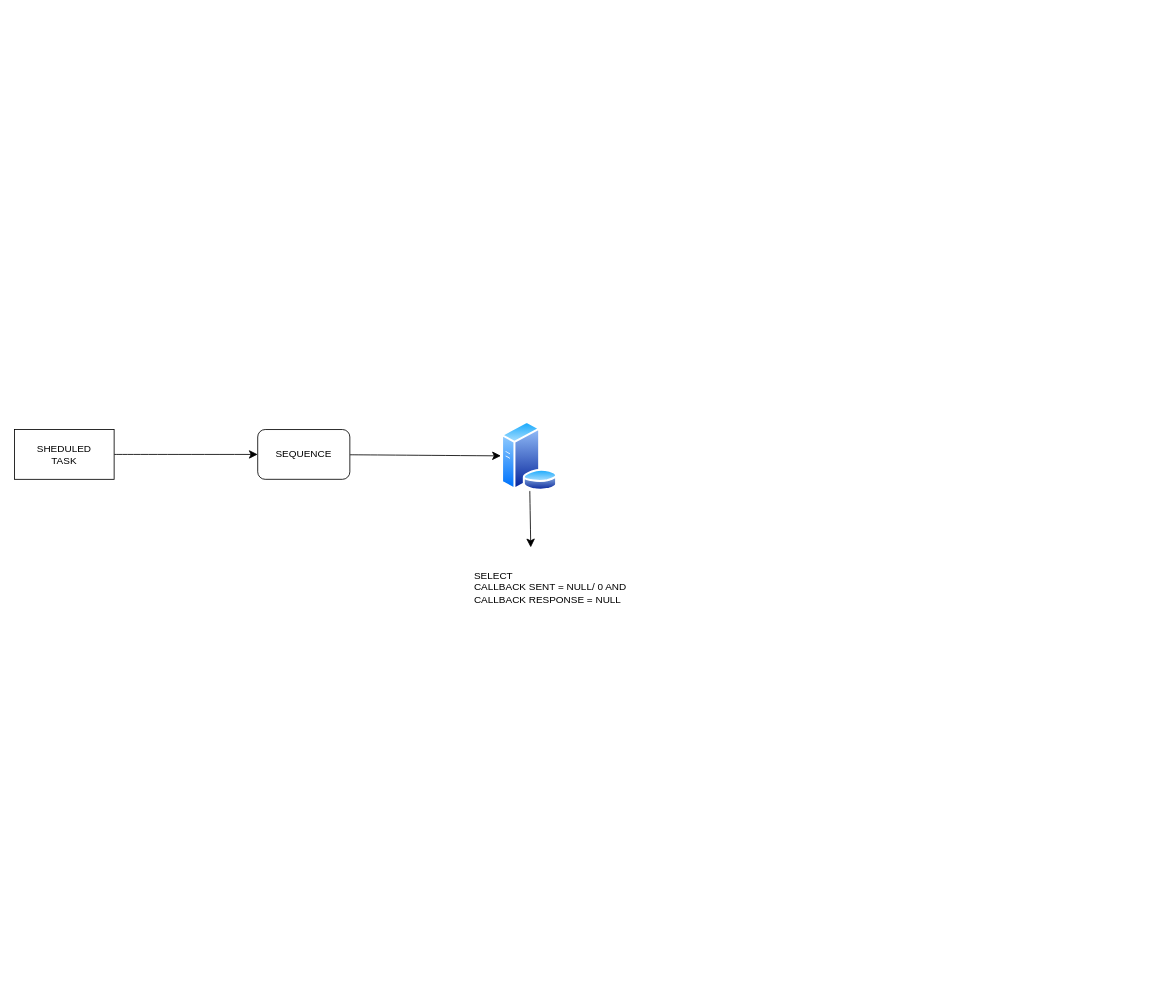
evankahenya/portfolio keeps this draw.io diagram as page "Page-5" (3 of 3) of Untitled Diagram.drawio. Above is the earlier version. Source tidied: cells renumbered, new cells numbered last; positions are measured from the earlier drawing's top-left corner, leaving out a move shared by most shapes. Both pictures are drawn from the tidied source at 83%, with x=0, y=0 at pixel (14, 421).
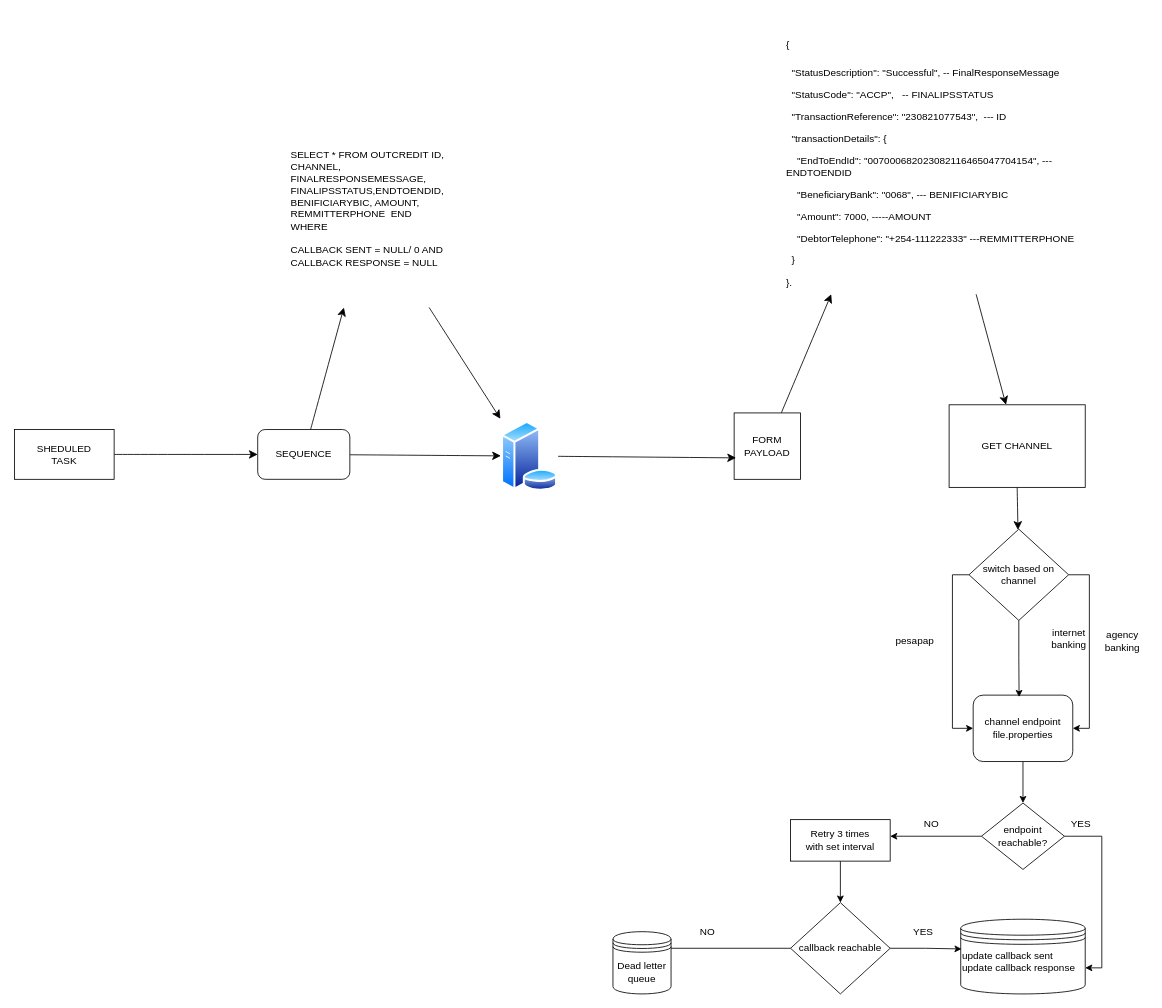
After the change.

Unchanged cells that the change refers to:
```xml
<mxCell id="5" value="SEQUENCE" style="rounded=1;whiteSpace=wrap;html=1;" parent="1" vertex="1">
  <mxGeometry x="293" y="10" width="111" height="60" as="geometry" />
</mxCell>
<mxCell id="6" style="image;perimeter=ellipsePerimeter;html=1;align=center;shadow=0;dashed=0;spacingTop=3;image=img/lib/active_directory/database_server.svg;" parent="1" vertex="1">
  <mxGeometry x="586" width="68.9" height="84" as="geometry" />
</mxCell>
```

What changed in the source:
```diff
@@
+    <mxCell id="9" style="edgeStyle=none;curved=1;rounded=0;jettySize=auto;html=1;fontSize=12;startSize=8;endSize=8;" parent="1" edge="1" source="5" target="7">
+      <mxGeometry relative="1" as="geometry" />
+    </mxCell>
@@
-    <mxCell id="7" value="&lt;div&gt;SELECT&lt;/div&gt;&lt;div&gt;CALLBACK SENT = NULL/ 0 AND CALLBACK RESPONSE = NULL&lt;/div&gt;" style="text;strokeColor=none;fillColor=none;align=left;verticalAlign=middle;spacingLeft=4;spacingRight=4;overflow=hidden;points=[[0,0.5],[1,0.5]];portConstraint=eastwest;whiteSpace=wrap;html=1;" parent="1" vertex="1">
-      <mxGeometry x="548" y="152" width="201" height="96" as="geometry" />
+    <mxCell id="7" value="&lt;div&gt;SELECT * FROM OUTCREDIT ID, CHANNEL, FINALRESPONSEMESSAGE, FINALIPSSTATUS,ENDTOENDID, BENIFICIARYBIC, AMOUNT, REMMITTERPHONE&amp;nbsp; END WHERE&lt;/div&gt;&lt;div&gt;&lt;br&gt;&lt;/div&gt;&lt;div&gt;CALLBACK SENT = NULL/ 0 AND CALLBACK RESPONSE = NULL&lt;/div&gt;&lt;div&gt;&lt;br&gt;&lt;/div&gt;" style="text;strokeColor=none;fillColor=none;align=left;verticalAlign=middle;spacingLeft=4;spacingRight=4;overflow=hidden;points=[[0,0.5],[1,0.5]];portConstraint=eastwest;whiteSpace=wrap;html=1;" parent="1" vertex="1">
+      <mxGeometry x="327" y="-362" width="201" height="225" as="geometry" />
     </mxCell>
-    <mxCell id="8" style="edgeStyle=none;curved=1;rounded=0;jettySize=auto;html=1;entryX=0.368;entryY=0;entryDx=0;entryDy=0;entryPerimeter=0;fontSize=12;startSize=8;endSize=8;" parent="1" edge="1" source="6" target="7">
-      <mxGeometry relative="1" as="geometry" />
-    </mxCell>
+    <mxCell id="10" value="FORM PAYLOAD" style="whiteSpace=wrap;html=1;" parent="1" vertex="1">
+      <mxGeometry x="867" y="-10" width="80" height="80" as="geometry" />
+    </mxCell>
+    <mxCell id="11" style="edgeStyle=none;curved=1;rounded=0;jettySize=auto;html=1;entryX=0.029;entryY=0.677;entryDx=0;entryDy=0;entryPerimeter=0;fontSize=12;startSize=8;endSize=8;" parent="1" edge="1" source="6" target="10">
+      <mxGeometry relative="1" as="geometry" />
+    </mxCell>
+    <mxCell id="12" style="edgeStyle=none;curved=1;rounded=0;jettySize=auto;html=1;fontSize=12;startSize=8;endSize=8;" parent="1" edge="1" source="13" target="15">
+      <mxGeometry relative="1" as="geometry" />
+    </mxCell>
+    <mxCell id="13" value="&lt;h1 style=&quot;margin-top: 0px;&quot;&gt;&lt;br&gt;&lt;/h1&gt;" style="text;html=1;whiteSpace=wrap;overflow=hidden;rounded=0;" parent="1" vertex="1">
+      <mxGeometry x="984" y="-490" width="258" height="337" as="geometry" />
+    </mxCell>
+    <mxCell id="14" style="edgeStyle=none;curved=1;rounded=0;jettySize=auto;html=1;exitX=0.5;exitY=1;exitDx=0;exitDy=0;fontSize=12;startSize=8;endSize=8;" parent="1" edge="1" source="15" target="20">
+      <mxGeometry relative="1" as="geometry" />
+    </mxCell>
+    <mxCell id="15" value="GET CHANNEL" style="rounded=0;whiteSpace=wrap;html=1;" parent="1" vertex="1">
+      <mxGeometry x="1126" y="-19.8" width="164" height="99.5" as="geometry" />
+    </mxCell>
+    <mxCell id="16" style="edgeStyle=none;curved=1;rounded=0;jettySize=auto;html=1;fontSize=12;startSize=8;endSize=8;entryX=0;entryY=1;entryDx=0;entryDy=0;" parent="1" edge="1" source="10" target="13">
+      <mxGeometry relative="1" as="geometry" />
+    </mxCell>
+    <mxCell id="17" style="edgeStyle=none;curved=1;rounded=0;jettySize=auto;html=1;entryX=-0.009;entryY=-0.035;entryDx=0;entryDy=0;entryPerimeter=0;fontSize=12;startSize=8;endSize=8;" parent="1" edge="1" source="7" target="6">
+      <mxGeometry relative="1" as="geometry" />
+    </mxCell>
+    <mxCell id="18" style="edgeStyle=orthogonalEdgeStyle;rounded=0;jettySize=auto;html=1;exitX=1;exitY=0.5;exitDx=0;exitDy=0;entryX=1;entryY=0.5;entryDx=0;entryDy=0;" parent="1" edge="1" source="20" target="22">
+      <mxGeometry relative="1" as="geometry" />
+    </mxCell>
+    <mxCell id="19" style="edgeStyle=orthogonalEdgeStyle;rounded=0;jettySize=auto;html=1;exitX=0;exitY=0.5;exitDx=0;exitDy=0;entryX=0;entryY=0.5;entryDx=0;entryDy=0;" parent="1" edge="1" source="20" target="22">
+      <mxGeometry relative="1" as="geometry" />
+    </mxCell>
+    <mxCell id="20" value="switch based on channel" style="rhombus;whiteSpace=wrap;html=1;" parent="1" vertex="1">
+      <mxGeometry x="1150" y="130" width="120" height="110" as="geometry" />
+    </mxCell>
+    <mxCell id="21" style="edgeStyle=orthogonalEdgeStyle;rounded=0;jettySize=auto;html=1;entryX=0.5;entryY=0;entryDx=0;entryDy=0;" parent="1" edge="1" source="22" target="28">
+      <mxGeometry relative="1" as="geometry" />
+    </mxCell>
+    <mxCell id="22" value="channel endpoint&lt;div&gt;file.properties&lt;/div&gt;" style="rounded=1;whiteSpace=wrap;html=1;" parent="1" vertex="1">
+      <mxGeometry x="1155" y="330" width="120" height="80" as="geometry" />
+    </mxCell>
+    <mxCell id="23" style="edgeStyle=orthogonalEdgeStyle;rounded=0;jettySize=auto;html=1;entryX=0.461;entryY=0.029;entryDx=0;entryDy=0;entryPerimeter=0;" parent="1" edge="1" source="20" target="22">
+      <mxGeometry relative="1" as="geometry" />
+    </mxCell>
+    <mxCell id="24" value="pesapap" style="text;html=1;align=center;verticalAlign=middle;whiteSpace=wrap;rounded=0;" parent="1" vertex="1">
+      <mxGeometry x="1055" y="250" width="60" height="30" as="geometry" />
+    </mxCell>
+    <mxCell id="25" value="agency banking" style="text;html=1;align=center;verticalAlign=middle;whiteSpace=wrap;rounded=0;" parent="1" vertex="1">
+      <mxGeometry x="1305" y="250" width="60" height="30" as="geometry" />
+    </mxCell>
+    <mxCell id="26" value="internet&lt;div&gt;banking&lt;/div&gt;" style="text;html=1;align=center;verticalAlign=middle;whiteSpace=wrap;rounded=0;" parent="1" vertex="1">
+      <mxGeometry x="1265" y="250" width="11" height="23" as="geometry" />
+    </mxCell>
+    <mxCell id="27" value="update callback sent&lt;div&gt;update callback response&lt;br&gt;&lt;div&gt;&lt;br&gt;&lt;/div&gt;&lt;/div&gt;" style="shape=datastore;whiteSpace=wrap;html=1;align=left;" parent="1" vertex="1">
+      <mxGeometry x="1140" y="600" width="150" height="90" as="geometry" />
+    </mxCell>
+    <mxCell id="28" value="endpoint reachable?" style="rhombus;whiteSpace=wrap;html=1;" parent="1" vertex="1">
+      <mxGeometry x="1165" y="460" width="100" height="80" as="geometry" />
+    </mxCell>
+    <mxCell id="29" style="edgeStyle=orthogonalEdgeStyle;rounded=0;jettySize=auto;html=1;exitX=1;exitY=0.5;exitDx=0;exitDy=0;entryX=1;entryY=0.651;entryDx=0;entryDy=0;entryPerimeter=0;" parent="1" edge="1" source="28" target="27">
+      <mxGeometry relative="1" as="geometry" />
+    </mxCell>
+    <mxCell id="30" value="YES" style="text;html=1;align=center;verticalAlign=middle;whiteSpace=wrap;rounded=0;" parent="1" vertex="1">
+      <mxGeometry x="1255" y="470" width="60" height="30" as="geometry" />
+    </mxCell>
+    <mxCell id="31" style="edgeStyle=orthogonalEdgeStyle;rounded=0;jettySize=auto;html=1;exitX=0.5;exitY=1;exitDx=0;exitDy=0;entryX=0.5;entryY=0;entryDx=0;entryDy=0;" parent="1" edge="1" source="32" target="35">
+      <mxGeometry relative="1" as="geometry" />
+    </mxCell>
+    <mxCell id="32" value="Retry 3 times&lt;div&gt;with set interval&lt;/div&gt;" style="rounded=0;whiteSpace=wrap;html=1;" parent="1" vertex="1">
+      <mxGeometry x="935" y="480" width="120" height="50" as="geometry" />
+    </mxCell>
+    <mxCell id="33" style="edgeStyle=orthogonalEdgeStyle;rounded=0;jettySize=auto;html=1;entryX=1;entryY=0.4;entryDx=0;entryDy=0;entryPerimeter=0;" parent="1" edge="1" source="28" target="32">
+      <mxGeometry relative="1" as="geometry" />
+    </mxCell>
+    <mxCell id="34" style="edgeStyle=orthogonalEdgeStyle;rounded=0;jettySize=auto;html=1;entryX=1;entryY=0.5;entryDx=0;entryDy=0;" parent="1" edge="1" source="35">
+      <mxGeometry relative="1" as="geometry">
+        <mxPoint x="740" y="635" as="targetPoint" />
+      </mxGeometry>
+    </mxCell>
+    <mxCell id="35" value="callback reachable" style="rhombus;whiteSpace=wrap;html=1;" parent="1" vertex="1">
+      <mxGeometry x="935" y="580" width="120" height="110" as="geometry" />
+    </mxCell>
+    <mxCell id="36" style="edgeStyle=orthogonalEdgeStyle;rounded=0;jettySize=auto;html=1;exitX=1;exitY=0.5;exitDx=0;exitDy=0;entryX=0.007;entryY=0.398;entryDx=0;entryDy=0;entryPerimeter=0;" parent="1" edge="1" source="35" target="27">
+      <mxGeometry relative="1" as="geometry" />
+    </mxCell>
+    <mxCell id="37" value="NO" style="text;html=1;align=center;verticalAlign=middle;whiteSpace=wrap;rounded=0;" parent="1" vertex="1">
+      <mxGeometry x="1075" y="470" width="60" height="30" as="geometry" />
+    </mxCell>
+    <mxCell id="38" value="YES" style="text;html=1;align=center;verticalAlign=middle;whiteSpace=wrap;rounded=0;" parent="1" vertex="1">
+      <mxGeometry x="1065" y="600" width="60" height="30" as="geometry" />
+    </mxCell>
+    <mxCell id="39" value="Dead letter&lt;div&gt;queue&lt;/div&gt;" style="shape=datastore;whiteSpace=wrap;html=1;" parent="1" vertex="1">
+      <mxGeometry x="721" y="615" width="70" height="75" as="geometry" />
+    </mxCell>
+    <mxCell id="40" value="NO" style="text;html=1;align=center;verticalAlign=middle;whiteSpace=wrap;rounded=0;" parent="1" vertex="1">
+      <mxGeometry x="805" y="600" width="60" height="30" as="geometry" />
+    </mxCell>
+    <mxCell id="41" value="&lt;h1 style=&quot;margin-top: 0px;&quot;&gt;&lt;span style=&quot;background-color: transparent; color: light-dark(rgb(0, 0, 0), rgb(255, 255, 255)); font-size: 12px; font-weight: normal;&quot;&gt;{&lt;/span&gt;&lt;/h1&gt;&lt;p&gt;&amp;nbsp; &quot;StatusDescription&quot;: &quot;Successful&quot;, -- FinalResponseMessage&lt;/p&gt;&lt;p&gt;&amp;nbsp; &quot;StatusCode&quot;: &quot;ACCP&quot;,&amp;nbsp; &amp;nbsp;-- FINALIPSSTATUS&lt;/p&gt;&lt;p&gt;&amp;nbsp; &quot;TransactionReference&quot;: &quot;230821077543&quot;,&amp;nbsp; --- ID&lt;/p&gt;&lt;p&gt;&amp;nbsp; &quot;transactionDetails&quot;: {&lt;/p&gt;&lt;p&gt;&amp;nbsp; &amp;nbsp; &quot;EndToEndId&quot;: &quot;007000682023082116465047704154&quot;, --- ENDTOENDID&lt;/p&gt;&lt;p&gt;&amp;nbsp; &amp;nbsp; &quot;BeneficiaryBank&quot;: &quot;0068&quot;, --- BENIFICIARYBIC&lt;/p&gt;&lt;p&gt;&amp;nbsp; &amp;nbsp; &quot;Amount&quot;: 7000, -----AMOUNT&lt;/p&gt;&lt;p&gt;&amp;nbsp; &amp;nbsp; &quot;DebtorTelephone&quot;: &quot;+254-111222333&quot; ---REMMITTERPHONE&lt;/p&gt;&lt;p&gt;&amp;nbsp; }&lt;/p&gt;&lt;p&gt;&lt;span style=&quot;background-color: transparent;&quot;&gt;}&lt;/span&gt;.&lt;/p&gt;" style="text;html=1;whiteSpace=wrap;overflow=hidden;rounded=0;" parent="1" vertex="1">
+      <mxGeometry x="928" y="-478" width="359" height="324" as="geometry" />
+    </mxCell>
```
